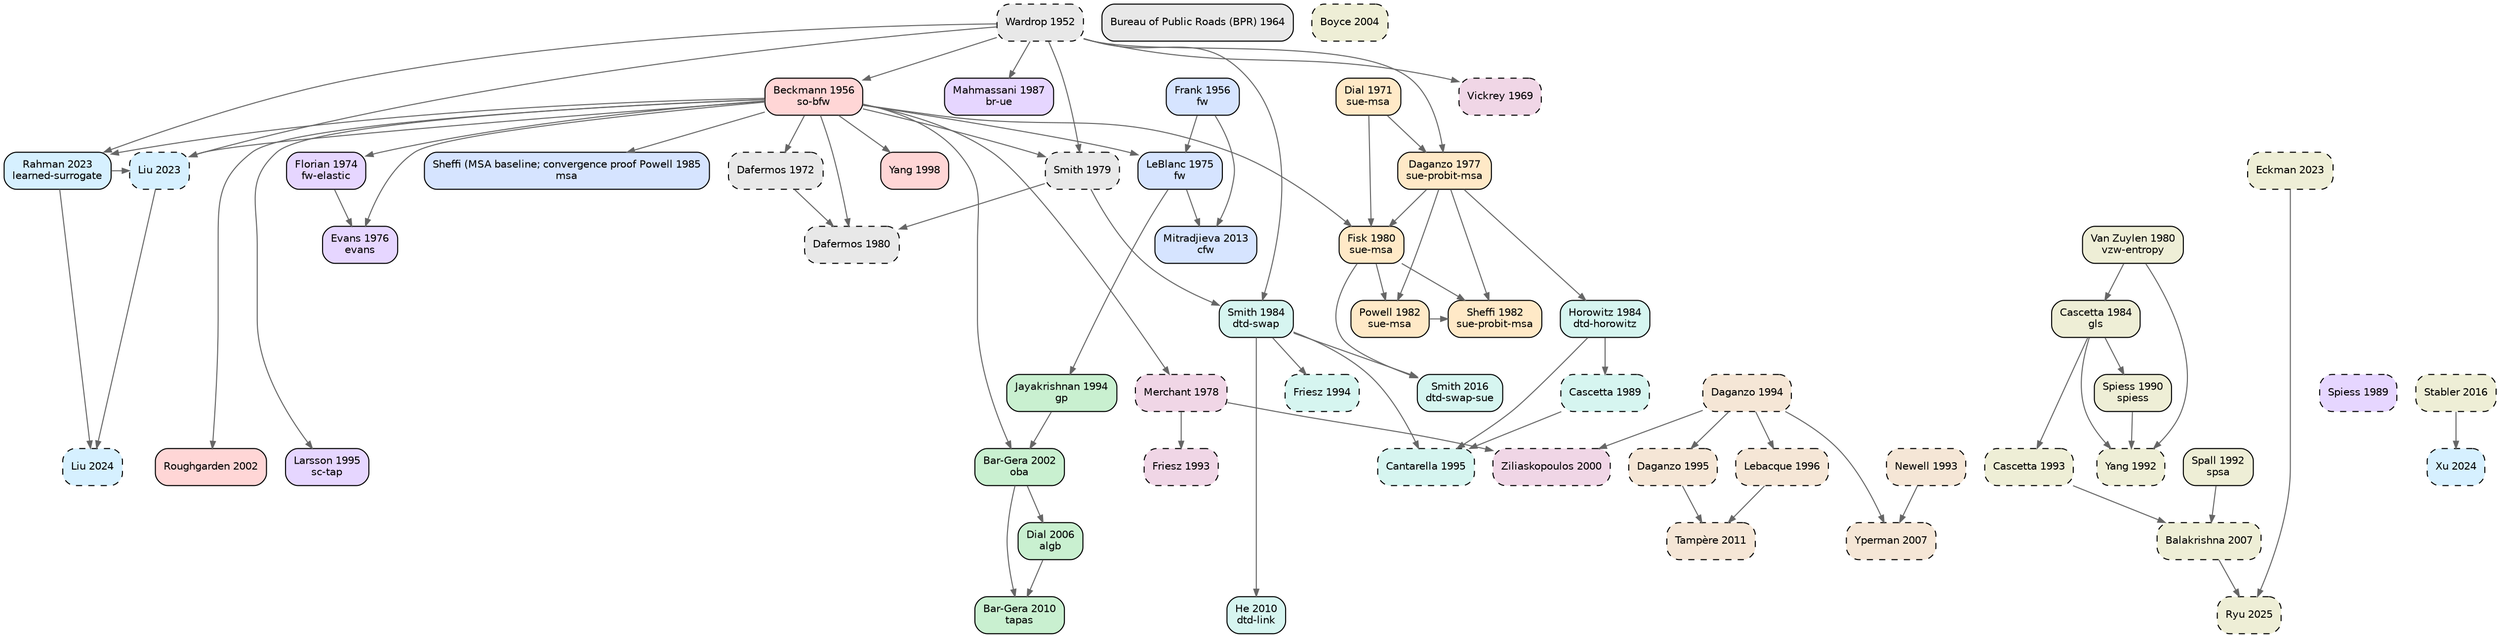
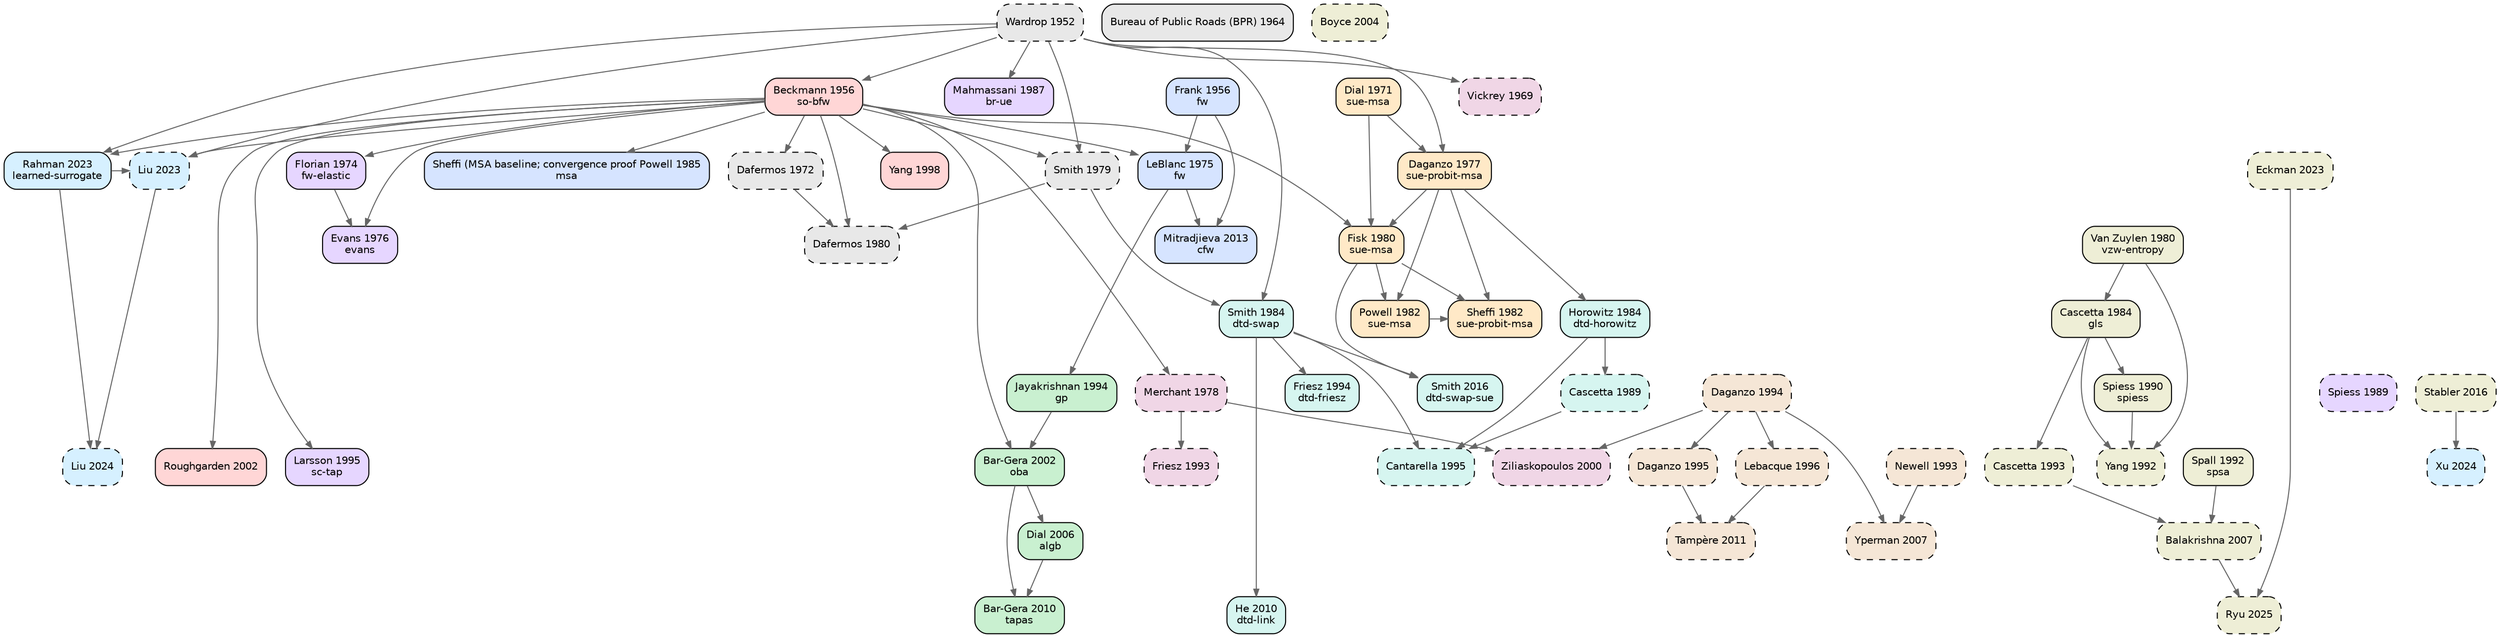
digraph TA_evolution {
  rankdir=TB; node [shape=box,style="rounded,filled",fontname="Helvetica",fontsize=10];
  edge [color="#666666",arrowsize=0.7];
  { rank=same; "wardrop1952some" }
  { rank=same; "frank1956algorithm" "beckmann1956studies" }
  { rank=same; "bpr1964traffic" }
  { rank=same; "vickrey1969congestion" }
  { rank=same; "dial1971probabilistic" }
  { rank=same; "dafermos1972traffic" }
  { rank=same; "florian1974method" }
  { rank=same; "leblanc1975efficient" }
  { rank=same; "evans1976derivation" }
  { rank=same; "daganzo1977stochastic" }
  { rank=same; "merchant1978model" }
  { rank=same; "smith1979existence" }
  { rank=same; "dafermos1980traffic" "fisk1980some" "vanzuylen1980most" }
  { rank=same; "powell1982convergence" "sheffi1982algorithm" }
  { rank=same; "horowitz1984stability" "smith1984stability" "cascetta1984estimation" }
  { rank=same; "sheffi1985urban" }
  { rank=same; "mahmassani1987on" }
  { rank=same; "spiess1989optimal" "cascetta1989stochastic" }
  { rank=same; "spiess1990gradient" }
  { rank=same; "spall1992multivariate" "yang1992estimation" }
  { rank=same; "newell1993simplified" "friesz1993variational" "cascetta1993dynamic" }
  { rank=same; "jayakrishnan1994faster" "friesz1994daytoday" "daganzo1994cell" }
  { rank=same; "larsson1995augmented" "cantarella1995dynamic" "daganzo1995cell" }
  { rank=same; "lebacque1996godunov" }
  { rank=same; "yang1998principle" }
  { rank=same; "ziliaskopoulos2000linear" }
  { rank=same; "bargera2002origin" "roughgarden2002how" }
  { rank=same; "boyce2004convergence" }
  { rank=same; "dial2006path" }
  { rank=same; "yperman2007link" "balakrishna2007offline" }
  { rank=same; "bargera2010traffic" "he2010linkbased" }
  { rank=same; "tampere2011generic" }
  { rank=same; "mitradjieva2013stiff" }
  { rank=same; "smith2016routeswapping" "stabler2016transportation" }
  { rank=same; "liu2023end" "rahman2023data" "eckman2023simopt" }
  { rank=same; "liu2024end" "xu2024unified" }
  { rank=same; "ryu2025bo4mob" }
  "wardrop1952some" [label="Wardrop 1952\n",fillcolor="#e8e8e8",style="rounded,filled,dashed"];
  "bpr1964traffic" [label="Bureau of Public Roads (BPR) 1964\n",fillcolor="#e8e8e8",style="rounded,filled"];
  "dafermos1972traffic" [label="Dafermos 1972\n",fillcolor="#e8e8e8",style="rounded,filled,dashed"];
  "smith1979existence" [label="Smith 1979\n",fillcolor="#e8e8e8",style="rounded,filled,dashed"];
  "dafermos1980traffic" [label="Dafermos 1980\n",fillcolor="#e8e8e8",style="rounded,filled,dashed"];
  "frank1956algorithm" [label="Frank 1956\nfw",fillcolor="#d6e4ff",style="rounded,filled"];
  "leblanc1975efficient" [label="LeBlanc 1975\nfw",fillcolor="#d6e4ff",style="rounded,filled"];
  "sheffi1985urban" [label="Sheffi (MSA baseline; convergence proof Powell 1985\nmsa",fillcolor="#d6e4ff",style="rounded,filled"];
  "mitradjieva2013stiff" [label="Mitradjieva 2013\ncfw",fillcolor="#d6e4ff",style="rounded,filled"];
  "jayakrishnan1994faster" [label="Jayakrishnan 1994\ngp",fillcolor="#c9f0d0",style="rounded,filled"];
  "bargera2002origin" [label="Bar-Gera 2002\noba",fillcolor="#c9f0d0",style="rounded,filled"];
  "dial2006path" [label="Dial 2006\nalgb",fillcolor="#c9f0d0",style="rounded,filled"];
  "bargera2010traffic" [label="Bar-Gera 2010\ntapas",fillcolor="#c9f0d0",style="rounded,filled"];
  "dial1971probabilistic" [label="Dial 1971\nsue-msa",fillcolor="#ffe9c7",style="rounded,filled"];
  "daganzo1977stochastic" [label="Daganzo 1977\nsue-probit-msa",fillcolor="#ffe9c7",style="rounded,filled"];
  "fisk1980some" [label="Fisk 1980\nsue-msa",fillcolor="#ffe9c7",style="rounded,filled"];
  "powell1982convergence" [label="Powell 1982\nsue-msa",fillcolor="#ffe9c7",style="rounded,filled"];
  "sheffi1982algorithm" [label="Sheffi 1982\nsue-probit-msa",fillcolor="#ffe9c7",style="rounded,filled"];
  "beckmann1956studies" [label="Beckmann 1956\nso-bfw",fillcolor="#ffd6d6",style="rounded,filled"];
  "yang1998principle" [label="Yang 1998\n",fillcolor="#ffd6d6",style="rounded,filled"];
  "roughgarden2002how" [label="Roughgarden 2002\n",fillcolor="#ffd6d6",style="rounded,filled"];
  "florian1974method" [label="Florian 1974\nfw-elastic",fillcolor="#e6d6ff",style="rounded,filled"];
  "evans1976derivation" [label="Evans 1976\nevans",fillcolor="#e6d6ff",style="rounded,filled"];
  "mahmassani1987on" [label="Mahmassani 1987\nbr-ue",fillcolor="#e6d6ff",style="rounded,filled"];
  "spiess1989optimal" [label="Spiess 1989\n",fillcolor="#e6d6ff",style="rounded,filled,dashed"];
  "larsson1995augmented" [label="Larsson 1995\nsc-tap",fillcolor="#e6d6ff",style="rounded,filled"];
  "horowitz1984stability" [label="Horowitz 1984\ndtd-horowitz",fillcolor="#d6f5f0",style="rounded,filled"];
  "smith1984stability" [label="Smith 1984\ndtd-swap",fillcolor="#d6f5f0",style="rounded,filled"];
  "cascetta1989stochastic" [label="Cascetta 1989\n",fillcolor="#d6f5f0",style="rounded,filled,dashed"];
-   "friesz1994daytoday" [label="Friesz 1994\n",fillcolor="#d6f5f0",style="rounded,filled,dashed"];
+   "friesz1994daytoday" [label="Friesz 1994\ndtd-friesz",fillcolor="#d6f5f0",style="rounded,filled"];
  "cantarella1995dynamic" [label="Cantarella 1995\n",fillcolor="#d6f5f0",style="rounded,filled,dashed"];
  "he2010linkbased" [label="He 2010\ndtd-link",fillcolor="#d6f5f0",style="rounded,filled"];
  "smith2016routeswapping" [label="Smith 2016\ndtd-swap-sue",fillcolor="#d6f5f0",style="rounded,filled"];
  "newell1993simplified" [label="Newell 1993\n",fillcolor="#f5e6d6",style="rounded,filled,dashed"];
  "daganzo1994cell" [label="Daganzo 1994\n",fillcolor="#f5e6d6",style="rounded,filled,dashed"];
  "daganzo1995cell" [label="Daganzo 1995\n",fillcolor="#f5e6d6",style="rounded,filled,dashed"];
  "lebacque1996godunov" [label="Lebacque 1996\n",fillcolor="#f5e6d6",style="rounded,filled,dashed"];
  "yperman2007link" [label="Yperman 2007\n",fillcolor="#f5e6d6",style="rounded,filled,dashed"];
  "tampere2011generic" [label="Tampère 2011\n",fillcolor="#f5e6d6",style="rounded,filled,dashed"];
  "vickrey1969congestion" [label="Vickrey 1969\n",fillcolor="#f0d6e6",style="rounded,filled,dashed"];
  "merchant1978model" [label="Merchant 1978\n",fillcolor="#f0d6e6",style="rounded,filled,dashed"];
  "friesz1993variational" [label="Friesz 1993\n",fillcolor="#f0d6e6",style="rounded,filled,dashed"];
  "ziliaskopoulos2000linear" [label="Ziliaskopoulos 2000\n",fillcolor="#f0d6e6",style="rounded,filled,dashed"];
  "liu2023end" [label="Liu 2023\n",fillcolor="#d6f0ff",style="rounded,filled,dashed"];
  "rahman2023data" [label="Rahman 2023\nlearned-surrogate",fillcolor="#d6f0ff",style="rounded,filled"];
  "liu2024end" [label="Liu 2024\n",fillcolor="#d6f0ff",style="rounded,filled,dashed"];
  "xu2024unified" [label="Xu 2024\n",fillcolor="#d6f0ff",style="rounded,filled,dashed"];
  "vanzuylen1980most" [label="Van Zuylen 1980\nvzw-entropy",fillcolor="#eeeed6",style="rounded,filled"];
  "cascetta1984estimation" [label="Cascetta 1984\ngls",fillcolor="#eeeed6",style="rounded,filled"];
  "spiess1990gradient" [label="Spiess 1990\nspiess",fillcolor="#eeeed6",style="rounded,filled"];
  "spall1992multivariate" [label="Spall 1992\nspsa",fillcolor="#eeeed6",style="rounded,filled"];
  "yang1992estimation" [label="Yang 1992\n",fillcolor="#eeeed6",style="rounded,filled,dashed"];
  "cascetta1993dynamic" [label="Cascetta 1993\n",fillcolor="#eeeed6",style="rounded,filled,dashed"];
  "boyce2004convergence" [label="Boyce 2004\n",fillcolor="#eeeed6",style="rounded,filled,dashed"];
  "balakrishna2007offline" [label="Balakrishna 2007\n",fillcolor="#eeeed6",style="rounded,filled,dashed"];
  "stabler2016transportation" [label="Stabler 2016\n",fillcolor="#eeeed6",style="rounded,filled,dashed"];
  "eckman2023simopt" [label="Eckman 2023\n",fillcolor="#eeeed6",style="rounded,filled,dashed"];
  "ryu2025bo4mob" [label="Ryu 2025\n",fillcolor="#eeeed6",style="rounded,filled,dashed"];
  "beckmann1956studies" -> "dafermos1972traffic";
  "wardrop1952some" -> "smith1979existence";
  "beckmann1956studies" -> "smith1979existence";
  "smith1979existence" -> "dafermos1980traffic";
  "beckmann1956studies" -> "dafermos1980traffic";
  "dafermos1972traffic" -> "dafermos1980traffic";
  "frank1956algorithm" -> "leblanc1975efficient";
  "beckmann1956studies" -> "leblanc1975efficient";
  "beckmann1956studies" -> "sheffi1985urban";
  "leblanc1975efficient" -> "mitradjieva2013stiff";
  "frank1956algorithm" -> "mitradjieva2013stiff";
  "leblanc1975efficient" -> "jayakrishnan1994faster";
  "jayakrishnan1994faster" -> "bargera2002origin";
  "beckmann1956studies" -> "bargera2002origin";
  "bargera2002origin" -> "dial2006path";
  "dial2006path" -> "bargera2010traffic";
  "bargera2002origin" -> "bargera2010traffic";
  "dial1971probabilistic" -> "daganzo1977stochastic";
  "wardrop1952some" -> "daganzo1977stochastic";
  "daganzo1977stochastic" -> "fisk1980some";
  "dial1971probabilistic" -> "fisk1980some";
  "beckmann1956studies" -> "fisk1980some";
  "fisk1980some" -> "powell1982convergence";
  "daganzo1977stochastic" -> "powell1982convergence";
  "daganzo1977stochastic" -> "sheffi1982algorithm";
  "powell1982convergence" -> "sheffi1982algorithm";
  "fisk1980some" -> "sheffi1982algorithm";
  "wardrop1952some" -> "beckmann1956studies";
  "beckmann1956studies" -> "yang1998principle";
  "beckmann1956studies" -> "roughgarden2002how";
  "beckmann1956studies" -> "florian1974method";
  "beckmann1956studies" -> "evans1976derivation";
  "florian1974method" -> "evans1976derivation";
  "wardrop1952some" -> "mahmassani1987on";
  "beckmann1956studies" -> "larsson1995augmented";
  "daganzo1977stochastic" -> "horowitz1984stability";
  "smith1979existence" -> "smith1984stability";
  "wardrop1952some" -> "smith1984stability";
  "horowitz1984stability" -> "cascetta1989stochastic";
  "smith1984stability" -> "friesz1994daytoday";
  "cascetta1989stochastic" -> "cantarella1995dynamic";
  "smith1984stability" -> "cantarella1995dynamic";
  "horowitz1984stability" -> "cantarella1995dynamic";
  "smith1984stability" -> "he2010linkbased";
  "smith1984stability" -> "smith2016routeswapping";
  "fisk1980some" -> "smith2016routeswapping";
  "daganzo1994cell" -> "daganzo1995cell";
  "daganzo1994cell" -> "lebacque1996godunov";
  "newell1993simplified" -> "yperman2007link";
  "daganzo1994cell" -> "yperman2007link";
  "daganzo1995cell" -> "tampere2011generic";
  "lebacque1996godunov" -> "tampere2011generic";
  "wardrop1952some" -> "vickrey1969congestion";
  "beckmann1956studies" -> "merchant1978model";
  "merchant1978model" -> "friesz1993variational";
  "merchant1978model" -> "ziliaskopoulos2000linear";
  "daganzo1994cell" -> "ziliaskopoulos2000linear";
  "rahman2023data" -> "liu2023end";
  "beckmann1956studies" -> "liu2023end";
  "wardrop1952some" -> "liu2023end";
  "wardrop1952some" -> "rahman2023data";
  "beckmann1956studies" -> "rahman2023data";
  "rahman2023data" -> "liu2024end";
  "liu2023end" -> "liu2024end";
  "stabler2016transportation" -> "xu2024unified";
  "vanzuylen1980most" -> "cascetta1984estimation";
  "cascetta1984estimation" -> "spiess1990gradient";
  "cascetta1984estimation" -> "yang1992estimation";
  "spiess1990gradient" -> "yang1992estimation";
  "vanzuylen1980most" -> "yang1992estimation";
  "cascetta1984estimation" -> "cascetta1993dynamic";
  "spall1992multivariate" -> "balakrishna2007offline";
  "cascetta1993dynamic" -> "balakrishna2007offline";
  "eckman2023simopt" -> "ryu2025bo4mob";
  "balakrishna2007offline" -> "ryu2025bo4mob";
}
